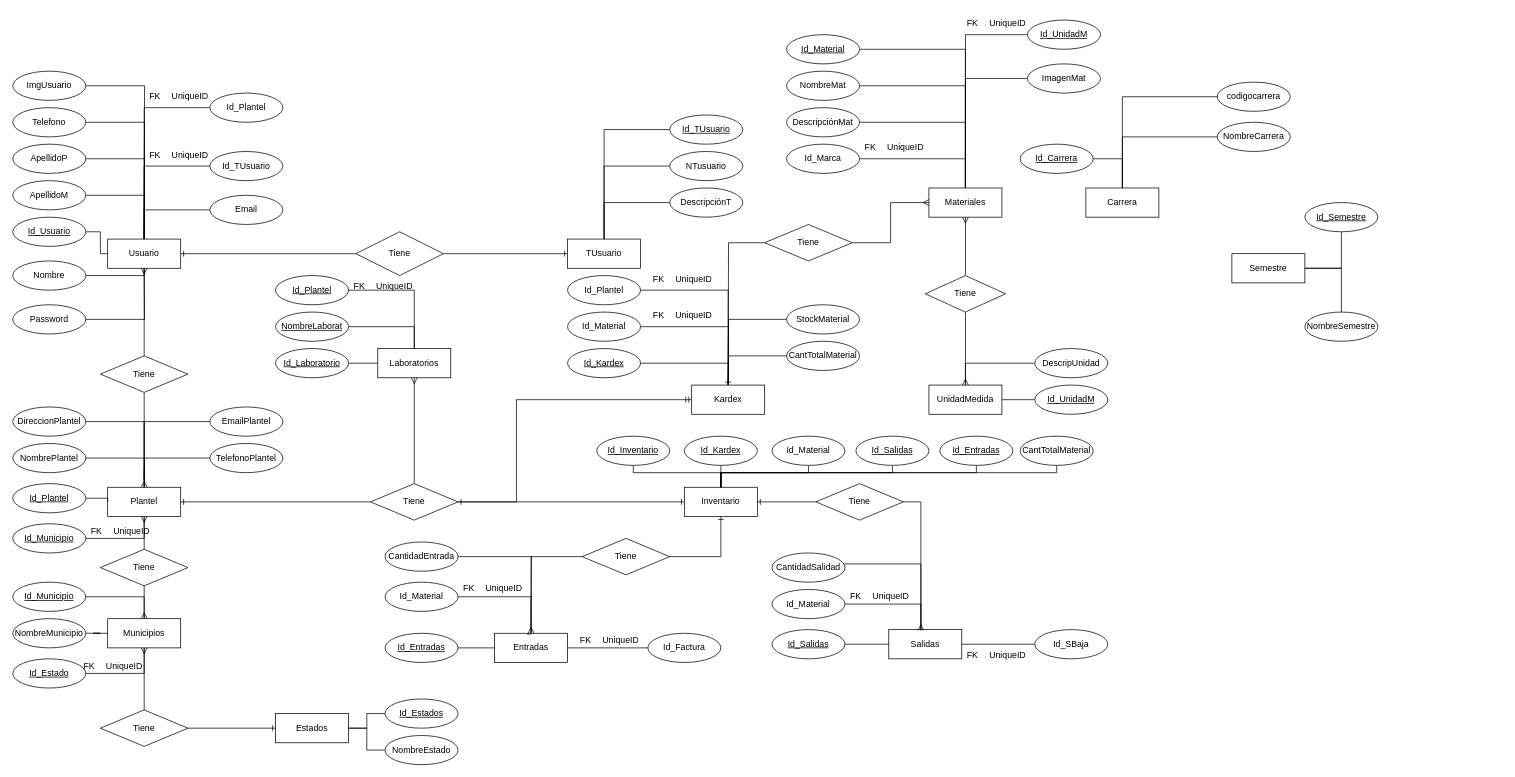
Before: page "Modelo_Entidad_Relacion" (1 of 2) of Diagrama sin título.drawio in JlchavezG/ContruccionBd, a draw.io diagram. Source tidied: cells renumbered, new cells numbered last; positions are measured from the earlier drawing's top-left corner, leaving out a move shared by most shapes. Both pictures are drawn from the tidied source at 73%, with x=0, y=0 at pixel (12, 12).
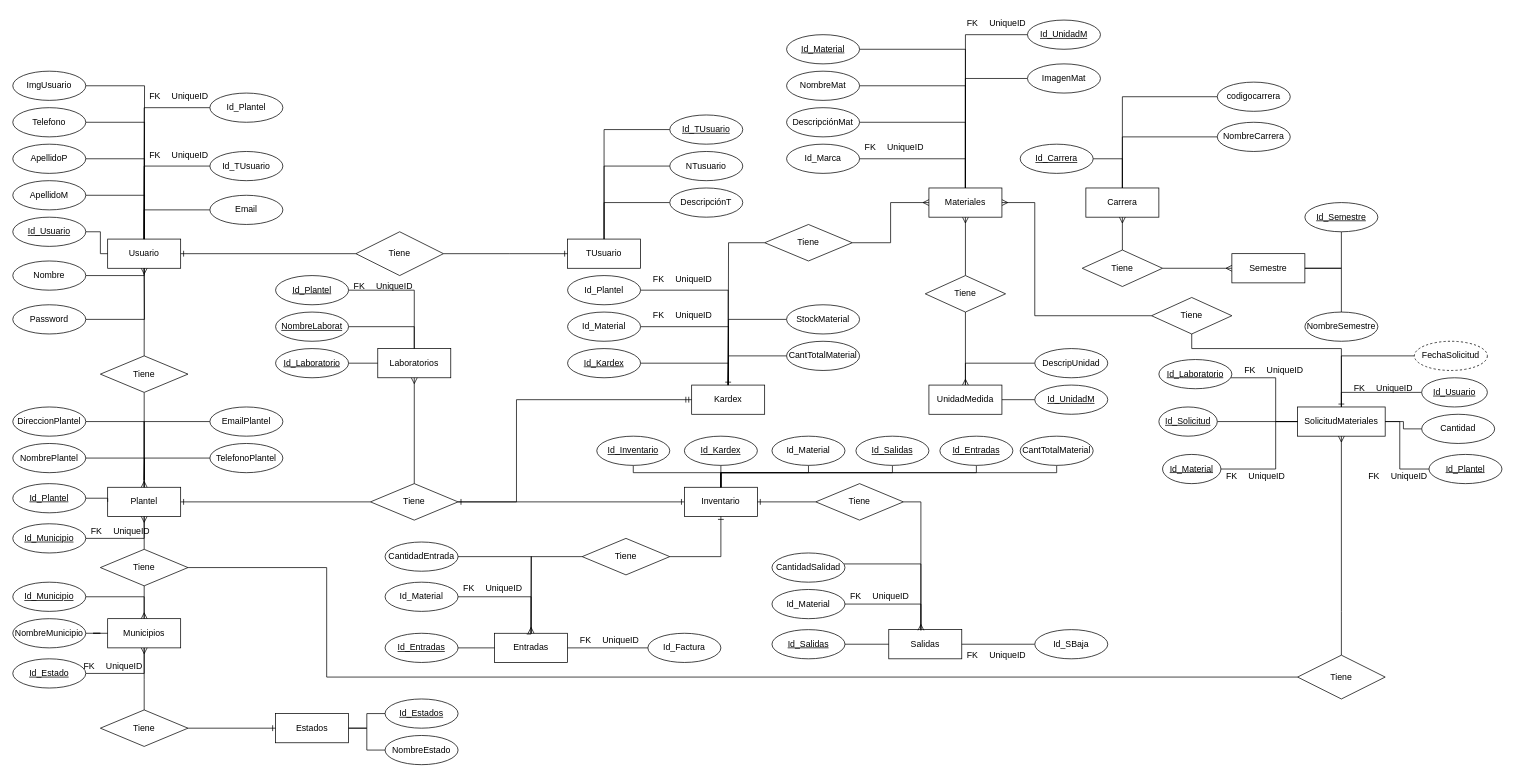
After the change.

The change refers to these unchanged cells:
```xml
<mxCell id="85" value="Materiales" style="whiteSpace=wrap;html=1;align=center;" parent="1" vertex="1">
  <mxGeometry x="1255" y="240" width="100" height="40" as="geometry" />
</mxCell>
<mxCell id="186" value="Tiene" style="shape=rhombus;perimeter=rhombusPerimeter;whiteSpace=wrap;html=1;align=center;" parent="1" vertex="1">
  <mxGeometry x="120" y="735" width="120" height="50" as="geometry" />
</mxCell>
<mxCell id="204" value="Carrera" style="whiteSpace=wrap;html=1;align=center;" parent="1" vertex="1">
  <mxGeometry x="1470" y="240" width="100" height="40" as="geometry" />
</mxCell>
<mxCell id="210" value="Semestre" style="whiteSpace=wrap;html=1;align=center;" parent="1" vertex="1">
  <mxGeometry x="1670" y="330" width="100" height="40" as="geometry" />
</mxCell>
```

Change to the diagram source:
```diff
@@
+    <mxCell id="215" value="SolicitudMateriales" style="whiteSpace=wrap;html=1;align=center;" parent="1" vertex="1">
+      <mxGeometry x="1760" y="540" width="120" height="40" as="geometry" />
+    </mxCell>
+    <mxCell id="216" style="edgeStyle=orthogonalEdgeStyle;rounded=0;jettySize=auto;html=1;entryX=0;entryY=0.5;entryDx=0;entryDy=0;endArrow=none;endFill=0;" parent="1" edge="1" source="217" target="215">
+      <mxGeometry relative="1" as="geometry" />
+    </mxCell>
+    <mxCell id="217" value="Id_Solicitud" style="ellipse;whiteSpace=wrap;html=1;align=center;fontStyle=4;" parent="1" vertex="1">
+      <mxGeometry x="1570" y="540" width="80" height="40" as="geometry" />
+    </mxCell>
+    <mxCell id="218" style="edgeStyle=orthogonalEdgeStyle;rounded=0;jettySize=auto;html=1;entryX=0.5;entryY=0;entryDx=0;entryDy=0;endArrow=none;endFill=0;" parent="1" edge="1" source="219" target="215">
+      <mxGeometry relative="1" as="geometry" />
+    </mxCell>
+    <mxCell id="219" value="FechaSolicitud" style="ellipse;whiteSpace=wrap;html=1;align=center;dashed=1;" parent="1" vertex="1">
+      <mxGeometry x="1920" y="450" width="100" height="40" as="geometry" />
+    </mxCell>
+    <mxCell id="220" style="edgeStyle=orthogonalEdgeStyle;rounded=0;jettySize=auto;html=1;entryX=0.5;entryY=0;entryDx=0;entryDy=0;endArrow=none;endFill=0;" parent="1" edge="1" source="221" target="215">
+      <mxGeometry relative="1" as="geometry" />
+    </mxCell>
+    <mxCell id="221" value="Id_Usuario" style="ellipse;whiteSpace=wrap;html=1;align=center;fontStyle=4;" parent="1" vertex="1">
+      <mxGeometry x="1930" y="500" width="90" height="40" as="geometry" />
+    </mxCell>
+    <mxCell id="222" style="edgeStyle=orthogonalEdgeStyle;rounded=0;jettySize=auto;html=1;entryX=0;entryY=0.5;entryDx=0;entryDy=0;endArrow=ERmany;endFill=0;" parent="1" edge="1" source="224" target="210">
+      <mxGeometry relative="1" as="geometry" />
+    </mxCell>
+    <mxCell id="223" style="edgeStyle=orthogonalEdgeStyle;rounded=0;jettySize=auto;html=1;entryX=0.5;entryY=1;entryDx=0;entryDy=0;endArrow=ERmany;endFill=0;" parent="1" edge="1" source="224" target="204">
+      <mxGeometry relative="1" as="geometry" />
+    </mxCell>
+    <mxCell id="224" value="Tiene" style="shape=rhombus;perimeter=rhombusPerimeter;whiteSpace=wrap;html=1;align=center;" parent="1" vertex="1">
+      <mxGeometry x="1465" y="325" width="110" height="50" as="geometry" />
+    </mxCell>
+    <mxCell id="225" style="shape=table;startSize=0;childLayout=tableLayout;rowLines=0;fontStyle=0;align=center;strokeColor=none;fillColor=none;" parent="1" vertex="1">
+      <mxGeometry x="1830" y="500" width="180" height="30" as="geometry" />
+    </mxCell>
+    <mxCell id="226" style="shape=tableRow;horizontal=0;startSize=0;swimlaneHead=0;swimlaneBody=0;fillColor=none;top=0;left=0;right=0;bottom=0;" parent="225" vertex="1">
+      <mxGeometry width="180" height="30" as="geometry" />
+    </mxCell>
+    <mxCell id="227" value="FK" style="shape=partialRectangle;fillColor=none;top=0;left=0;bottom=0;right=0;fontStyle=0;overflow=hidden;whiteSpace=wrap;html=1;" parent="226" vertex="1">
+      <mxGeometry width="30" height="30" as="geometry" />
+    </mxCell>
+    <mxCell id="228" value="UniqueID" style="shape=partialRectangle;fillColor=none;top=0;left=0;bottom=0;right=0;align=left;spacingLeft=6;fontStyle=0;overflow=hidden;whiteSpace=wrap;html=1;" parent="226" vertex="1">
+      <mxGeometry x="30" width="150" height="30" as="geometry" />
+    </mxCell>
+    <mxCell id="229" style="edgeStyle=orthogonalEdgeStyle;rounded=0;jettySize=auto;html=1;entryX=0;entryY=0.5;entryDx=0;entryDy=0;endArrow=none;endFill=0;" parent="1" edge="1" source="230" target="215">
+      <mxGeometry relative="1" as="geometry">
+        <Array as="points">
+          <mxPoint x="1730" y="625" />
+          <mxPoint x="1730" y="560" />
+        </Array>
+      </mxGeometry>
+    </mxCell>
+    <mxCell id="230" value="Id_Material" style="ellipse;whiteSpace=wrap;html=1;align=center;fontStyle=4;" parent="1" vertex="1">
+      <mxGeometry x="1575" y="605" width="80" height="40" as="geometry" />
+    </mxCell>
+    <mxCell id="231" style="edgeStyle=orthogonalEdgeStyle;rounded=0;jettySize=auto;html=1;entryX=0;entryY=0.5;entryDx=0;entryDy=0;endArrow=none;endFill=0;" parent="1" edge="1" source="232" target="215">
+      <mxGeometry relative="1" as="geometry">
+        <Array as="points">
+          <mxPoint x="1730" y="500" />
+          <mxPoint x="1730" y="560" />
+        </Array>
+      </mxGeometry>
+    </mxCell>
+    <mxCell id="232" value="Id_Laboratorio" style="ellipse;whiteSpace=wrap;html=1;align=center;fontStyle=4;" parent="1" vertex="1">
+      <mxGeometry x="1570" y="475" width="100" height="40" as="geometry" />
+    </mxCell>
+    <mxCell id="233" style="edgeStyle=orthogonalEdgeStyle;rounded=0;jettySize=auto;html=1;entryX=1;entryY=0.5;entryDx=0;entryDy=0;endArrow=ERmany;endFill=0;" parent="1" edge="1" source="235" target="85">
+      <mxGeometry relative="1" as="geometry">
+        <Array as="points">
+          <mxPoint x="1400" y="415" />
+          <mxPoint x="1400" y="260" />
+        </Array>
+      </mxGeometry>
+    </mxCell>
+    <mxCell id="234" style="edgeStyle=orthogonalEdgeStyle;rounded=0;jettySize=auto;html=1;entryX=0.5;entryY=0;entryDx=0;entryDy=0;endArrow=ERone;endFill=0;" parent="1" edge="1" source="235" target="215">
+      <mxGeometry relative="1" as="geometry">
+        <Array as="points">
+          <mxPoint x="1615" y="460" />
+          <mxPoint x="1820" y="460" />
+        </Array>
+      </mxGeometry>
+    </mxCell>
+    <mxCell id="235" value="Tiene" style="shape=rhombus;perimeter=rhombusPerimeter;whiteSpace=wrap;html=1;align=center;" parent="1" vertex="1">
+      <mxGeometry x="1560" y="390" width="110" height="50" as="geometry" />
+    </mxCell>
+    <mxCell id="236" style="shape=table;startSize=0;childLayout=tableLayout;rowLines=0;fontStyle=0;align=center;strokeColor=none;fillColor=none;" parent="1" vertex="1">
+      <mxGeometry x="1680" y="475" width="180" height="30" as="geometry" />
+    </mxCell>
+    <mxCell id="237" style="shape=tableRow;horizontal=0;startSize=0;swimlaneHead=0;swimlaneBody=0;fillColor=none;top=0;left=0;right=0;bottom=0;" parent="236" vertex="1">
+      <mxGeometry width="180" height="30" as="geometry" />
+    </mxCell>
+    <mxCell id="238" value="FK" style="shape=partialRectangle;fillColor=none;top=0;left=0;bottom=0;right=0;fontStyle=0;overflow=hidden;whiteSpace=wrap;html=1;" parent="237" vertex="1">
+      <mxGeometry width="30" height="30" as="geometry" />
+    </mxCell>
+    <mxCell id="239" value="UniqueID" style="shape=partialRectangle;fillColor=none;top=0;left=0;bottom=0;right=0;align=left;spacingLeft=6;fontStyle=0;overflow=hidden;whiteSpace=wrap;html=1;" parent="237" vertex="1">
+      <mxGeometry x="30" width="150" height="30" as="geometry" />
+    </mxCell>
+    <mxCell id="240" style="shape=table;startSize=0;childLayout=tableLayout;rowLines=0;fontStyle=0;align=center;strokeColor=none;fillColor=none;" parent="1" vertex="1">
+      <mxGeometry x="1655" y="620" width="180" height="30" as="geometry" />
+    </mxCell>
+    <mxCell id="241" style="shape=tableRow;horizontal=0;startSize=0;swimlaneHead=0;swimlaneBody=0;fillColor=none;top=0;left=0;right=0;bottom=0;" parent="240" vertex="1">
+      <mxGeometry width="180" height="30" as="geometry" />
+    </mxCell>
+    <mxCell id="242" value="FK" style="shape=partialRectangle;fillColor=none;top=0;left=0;bottom=0;right=0;fontStyle=0;overflow=hidden;whiteSpace=wrap;html=1;" parent="241" vertex="1">
+      <mxGeometry width="30" height="30" as="geometry" />
+    </mxCell>
+    <mxCell id="243" value="UniqueID" style="shape=partialRectangle;fillColor=none;top=0;left=0;bottom=0;right=0;align=left;spacingLeft=6;fontStyle=0;overflow=hidden;whiteSpace=wrap;html=1;" parent="241" vertex="1">
+      <mxGeometry x="30" width="150" height="30" as="geometry" />
+    </mxCell>
+    <mxCell id="244" style="edgeStyle=orthogonalEdgeStyle;rounded=0;jettySize=auto;html=1;entryX=1;entryY=0.5;entryDx=0;entryDy=0;endArrow=none;endFill=0;" parent="1" edge="1" source="245" target="215">
+      <mxGeometry relative="1" as="geometry" />
+    </mxCell>
+    <mxCell id="245" value="Cantidad" style="ellipse;whiteSpace=wrap;html=1;align=center;" parent="1" vertex="1">
+      <mxGeometry x="1930" y="550" width="100" height="40" as="geometry" />
+    </mxCell>
+    <mxCell id="246" style="edgeStyle=orthogonalEdgeStyle;rounded=0;jettySize=auto;html=1;entryX=1;entryY=0.5;entryDx=0;entryDy=0;endArrow=none;endFill=0;" parent="1" edge="1" source="247" target="215">
+      <mxGeometry relative="1" as="geometry">
+        <Array as="points">
+          <mxPoint x="1900" y="625" />
+          <mxPoint x="1900" y="560" />
+        </Array>
+      </mxGeometry>
+    </mxCell>
+    <mxCell id="247" value="Id_Plantel" style="ellipse;whiteSpace=wrap;html=1;align=center;fontStyle=4;" parent="1" vertex="1">
+      <mxGeometry x="1940" y="605" width="100" height="40" as="geometry" />
+    </mxCell>
+    <mxCell id="248" style="shape=table;startSize=0;childLayout=tableLayout;rowLines=0;fontStyle=0;align=center;strokeColor=none;fillColor=none;" parent="1" vertex="1">
+      <mxGeometry x="1850" y="620" width="180" height="30" as="geometry" />
+    </mxCell>
+    <mxCell id="249" style="shape=tableRow;horizontal=0;startSize=0;swimlaneHead=0;swimlaneBody=0;fillColor=none;top=0;left=0;right=0;bottom=0;" parent="248" vertex="1">
+      <mxGeometry width="180" height="30" as="geometry" />
+    </mxCell>
+    <mxCell id="250" value="FK" style="shape=partialRectangle;fillColor=none;top=0;left=0;bottom=0;right=0;fontStyle=0;overflow=hidden;whiteSpace=wrap;html=1;" parent="249" vertex="1">
+      <mxGeometry width="30" height="30" as="geometry" />
+    </mxCell>
+    <mxCell id="251" value="UniqueID" style="shape=partialRectangle;fillColor=none;top=0;left=0;bottom=0;right=0;align=left;spacingLeft=6;fontStyle=0;overflow=hidden;whiteSpace=wrap;html=1;" parent="249" vertex="1">
+      <mxGeometry x="30" width="150" height="30" as="geometry" />
+    </mxCell>
+    <mxCell id="252" style="edgeStyle=orthogonalEdgeStyle;rounded=0;jettySize=auto;html=1;entryX=1;entryY=0.5;entryDx=0;entryDy=0;endArrow=none;endFill=0;" parent="1" edge="1" source="254" target="186">
+      <mxGeometry relative="1" as="geometry">
+        <Array as="points">
+          <mxPoint x="430" y="910" />
+          <mxPoint x="430" y="760" />
+        </Array>
+      </mxGeometry>
+    </mxCell>
+    <mxCell id="253" style="edgeStyle=orthogonalEdgeStyle;rounded=0;jettySize=auto;html=1;entryX=0.5;entryY=1;entryDx=0;entryDy=0;endArrow=ERmany;endFill=0;" parent="1" edge="1" source="254" target="215">
+      <mxGeometry relative="1" as="geometry">
+        <Array as="points">
+          <mxPoint x="1820" y="820" />
+          <mxPoint x="1820" y="820" />
+        </Array>
+      </mxGeometry>
+    </mxCell>
+    <mxCell id="254" value="Tiene" style="shape=rhombus;perimeter=rhombusPerimeter;whiteSpace=wrap;html=1;align=center;" parent="1" vertex="1">
+      <mxGeometry x="1760" y="880" width="120" height="60" as="geometry" />
+    </mxCell>
```
